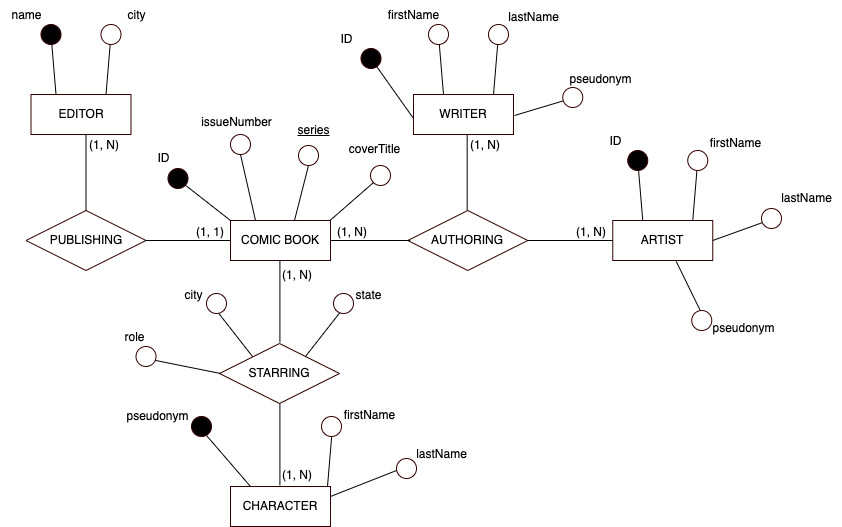
Earlier version of the draw.io export schema/e-r_final.png (malrau/da_dbA_project). Source tidied: cells renumbered, new cells last; positions are measured from the earlier drawing's top-left corner, leaving out a move shared by most shapes. Source of this version:
```xml
<mxGraphModel>
  <root>
    <mxCell id="0" />
    <mxCell id="1" parent="0" />
    <mxCell id="2" style="edgeStyle=none;rounded=0;jettySize=auto;html=1;exitX=0.75;exitY=0;exitDx=0;exitDy=0;startArrow=none;" parent="1" edge="1" source="8">
      <mxGeometry relative="1" as="geometry">
        <mxPoint x="110.5" y="34" as="targetPoint" />
      </mxGeometry>
    </mxCell>
    <mxCell id="3" style="edgeStyle=none;rounded=0;jettySize=auto;html=1;exitX=0.25;exitY=0;exitDx=0;exitDy=0;" parent="1" edge="1" source="4">
      <mxGeometry relative="1" as="geometry">
        <mxPoint x="50.5" y="34" as="targetPoint" />
      </mxGeometry>
    </mxCell>
    <mxCell id="4" value="EDITOR" style="whiteSpace=wrap;html=1;align=center;shadow=0;sketch=0;fillStyle=solid;strokeColor=#330000;strokeWidth=1;fillColor=#FFFFFF;" parent="1" vertex="1">
      <mxGeometry x="30.5" y="94" width="100" height="40" as="geometry" />
    </mxCell>
    <mxCell id="5" value="WRITER" style="whiteSpace=wrap;html=1;align=center;shadow=0;sketch=0;fillStyle=solid;strokeColor=#330000;strokeWidth=1;fillColor=#FFFFFF;" parent="1" vertex="1">
      <mxGeometry x="413" y="94" width="100" height="40" as="geometry" />
    </mxCell>
    <mxCell id="6" value="name" style="text;html=1;align=center;verticalAlign=middle;strokeColor=none;fillColor=none;" parent="1" vertex="1">
      <mxGeometry x="0.5" width="50" height="30" as="geometry" />
    </mxCell>
    <mxCell id="7" style="edgeStyle=none;rounded=0;jettySize=auto;html=1;exitX=0.75;exitY=0;exitDx=0;exitDy=0;endArrow=none;" parent="1" edge="1" source="4" target="8">
      <mxGeometry relative="1" as="geometry" />
    </mxCell>
    <mxCell id="8" style="ellipse;whiteSpace=wrap;html=1;fillColor=#FFFFFF;strokeColor=#330000;shadow=0;sketch=0;fillStyle=solid;strokeWidth=1;" parent="1" vertex="1">
      <mxGeometry x="100.5" y="24" width="20" height="20" as="geometry" />
    </mxCell>
    <mxCell id="9" style="ellipse;whiteSpace=wrap;html=1;fillColor=#000000;strokeColor=#330000;shadow=0;sketch=0;fillStyle=solid;strokeWidth=1;" parent="1" vertex="1">
      <mxGeometry x="40.5" y="24" width="20" height="20" as="geometry" />
    </mxCell>
    <mxCell id="10" value="city" style="text;html=1;align=center;verticalAlign=middle;strokeColor=none;fillColor=none;" parent="1" vertex="1">
      <mxGeometry x="115.5" width="40" height="30" as="geometry" />
    </mxCell>
    <mxCell id="11" style="edgeStyle=none;rounded=0;jettySize=auto;html=1;exitX=0.75;exitY=0;exitDx=0;exitDy=0;startArrow=none;" parent="1" edge="1" source="15">
      <mxGeometry relative="1" as="geometry">
        <mxPoint x="498" y="34" as="targetPoint" />
      </mxGeometry>
    </mxCell>
    <mxCell id="12" style="edgeStyle=none;rounded=0;orthogonalLoop=1;jettySize=auto;html=1;exitX=0.25;exitY=0;exitDx=0;exitDy=0;" parent="1" edge="1">
      <mxGeometry relative="1" as="geometry">
        <mxPoint x="443" y="94" as="sourcePoint" />
        <mxPoint x="438" y="34" as="targetPoint" />
      </mxGeometry>
    </mxCell>
    <mxCell id="13" value="firstName" style="text;html=1;align=center;verticalAlign=middle;strokeColor=none;fillColor=none;" parent="1" vertex="1">
      <mxGeometry x="378" width="70" height="30" as="geometry" />
    </mxCell>
    <mxCell id="14" style="edgeStyle=none;rounded=0;jettySize=auto;html=1;exitX=0.75;exitY=0;exitDx=0;exitDy=0;endArrow=none;" parent="1" edge="1" target="15">
      <mxGeometry relative="1" as="geometry">
        <mxPoint x="493" y="94" as="sourcePoint" />
      </mxGeometry>
    </mxCell>
    <mxCell id="15" style="ellipse;whiteSpace=wrap;html=1;fillColor=#FFFFFF;strokeColor=#330000;shadow=0;sketch=0;fillStyle=solid;strokeWidth=1;" parent="1" vertex="1">
      <mxGeometry x="488" y="24" width="20" height="20" as="geometry" />
    </mxCell>
    <mxCell id="16" style="ellipse;whiteSpace=wrap;html=1;fillColor=#FFFFFF;strokeColor=#330000;shadow=0;sketch=0;fillStyle=solid;strokeWidth=1;" parent="1" vertex="1">
      <mxGeometry x="428" y="24" width="20" height="20" as="geometry" />
    </mxCell>
    <mxCell id="17" value="lastName" style="text;html=1;align=center;verticalAlign=middle;strokeColor=none;fillColor=none;" parent="1" vertex="1">
      <mxGeometry x="498" y="2" width="70" height="30" as="geometry" />
    </mxCell>
    <mxCell id="18" value="PUBLISHING" style="shape=rhombus;perimeter=rhombusPerimeter;whiteSpace=wrap;html=1;align=center;shadow=0;sketch=0;fillStyle=solid;strokeColor=#330000;strokeWidth=1;fillColor=#FFFFFF;" parent="1" vertex="1">
      <mxGeometry x="25.5" y="210" width="120" height="60" as="geometry" />
    </mxCell>
    <mxCell id="19" style="endArrow=none;html=1;rounded=0;" parent="1" edge="1" target="18">
      <mxGeometry relative="1" as="geometry">
        <mxPoint x="85.5" y="134" as="sourcePoint" />
      </mxGeometry>
    </mxCell>
    <mxCell id="20" value="(1, N)" style="html=1;align=left;verticalAlign=bottom;shadow=0;sketch=0;fillStyle=solid;strokeColor=#330000;strokeWidth=1;fillColor=#FFFFFF;" parent="19" vertex="1">
      <mxGeometry x="-1" relative="1" as="geometry">
        <mxPoint x="1" y="19" as="offset" />
      </mxGeometry>
    </mxCell>
    <mxCell id="21" value="COMIC BOOK" style="whiteSpace=wrap;html=1;align=center;shadow=0;sketch=0;fillStyle=solid;strokeColor=#330000;strokeWidth=1;fillColor=#FFFFFF;" parent="1" vertex="1">
      <mxGeometry x="230" y="220" width="100" height="40" as="geometry" />
    </mxCell>
    <mxCell id="22" style="endArrow=none;html=1;rounded=0;" parent="1" edge="1">
      <mxGeometry relative="1" as="geometry">
        <mxPoint x="144.5" y="240" as="sourcePoint" />
        <mxPoint x="230" y="240" as="targetPoint" />
      </mxGeometry>
    </mxCell>
    <mxCell id="23" value="(1, 1)" style="html=1;align=left;verticalAlign=bottom;shadow=0;sketch=0;fillStyle=solid;strokeColor=#330000;strokeWidth=1;fillColor=#FFFFFF;" parent="22" vertex="1">
      <mxGeometry x="-1" relative="1" as="geometry">
        <mxPoint x="49" as="offset" />
      </mxGeometry>
    </mxCell>
    <mxCell id="24" value="ARTIST" style="whiteSpace=wrap;html=1;align=center;shadow=0;sketch=0;fillStyle=solid;strokeColor=#330000;strokeWidth=1;fillColor=#FFFFFF;" parent="1" vertex="1">
      <mxGeometry x="612.2" y="220" width="100" height="40" as="geometry" />
    </mxCell>
    <mxCell id="25" value="AUTHORING" style="shape=rhombus;perimeter=rhombusPerimeter;whiteSpace=wrap;html=1;align=center;shadow=0;sketch=0;fillStyle=solid;strokeColor=#330000;strokeWidth=1;fillColor=#FFFFFF;" parent="1" vertex="1">
      <mxGeometry x="407.2" y="210" width="120" height="60" as="geometry" />
    </mxCell>
    <mxCell id="26" style="endArrow=none;html=1;rounded=0;" parent="1" edge="1">
      <mxGeometry relative="1" as="geometry">
        <mxPoint x="329.8" y="240" as="sourcePoint" />
        <mxPoint x="409.8" y="240" as="targetPoint" />
      </mxGeometry>
    </mxCell>
    <mxCell id="27" value="(1, N)" style="html=1;align=left;verticalAlign=bottom;shadow=0;sketch=0;fillStyle=solid;strokeColor=#330000;strokeWidth=1;fillColor=#FFFFFF;" parent="26" vertex="1">
      <mxGeometry x="-1" relative="1" as="geometry">
        <mxPoint x="5" as="offset" />
      </mxGeometry>
    </mxCell>
    <mxCell id="28" style="endArrow=none;html=1;rounded=0;" parent="1" edge="1">
      <mxGeometry relative="1" as="geometry">
        <mxPoint x="526.8" y="240" as="sourcePoint" />
        <mxPoint x="612.2" y="240" as="targetPoint" />
      </mxGeometry>
    </mxCell>
    <mxCell id="29" value="(1, N)" style="html=1;align=left;verticalAlign=bottom;shadow=0;sketch=0;fillStyle=solid;strokeColor=#330000;strokeWidth=1;fillColor=#FFFFFF;" parent="28" vertex="1">
      <mxGeometry x="-1" relative="1" as="geometry">
        <mxPoint x="47" as="offset" />
      </mxGeometry>
    </mxCell>
    <mxCell id="30" style="edgeStyle=none;rounded=0;jettySize=auto;html=1;exitX=0.75;exitY=0;exitDx=0;exitDy=0;startArrow=none;" parent="1" edge="1" source="34">
      <mxGeometry relative="1" as="geometry">
        <mxPoint x="697.2" y="160" as="targetPoint" />
      </mxGeometry>
    </mxCell>
    <mxCell id="31" style="edgeStyle=none;rounded=0;orthogonalLoop=1;jettySize=auto;html=1;exitX=0.25;exitY=0;exitDx=0;exitDy=0;" parent="1" edge="1">
      <mxGeometry relative="1" as="geometry">
        <mxPoint x="642.2" y="220" as="sourcePoint" />
        <mxPoint x="637.2" y="160" as="targetPoint" />
      </mxGeometry>
    </mxCell>
    <mxCell id="32" value="ID" style="text;html=1;align=center;verticalAlign=middle;strokeColor=none;fillColor=none;" parent="1" vertex="1">
      <mxGeometry x="595.2" y="126" width="40" height="30" as="geometry" />
    </mxCell>
    <mxCell id="33" style="edgeStyle=none;rounded=0;jettySize=auto;html=1;exitX=0.75;exitY=0;exitDx=0;exitDy=0;endArrow=none;" parent="1" edge="1" target="34">
      <mxGeometry relative="1" as="geometry">
        <mxPoint x="692.2" y="220" as="sourcePoint" />
      </mxGeometry>
    </mxCell>
    <mxCell id="34" style="ellipse;whiteSpace=wrap;html=1;fillColor=#FFFFFF;strokeColor=#330000;shadow=0;sketch=0;fillStyle=solid;strokeWidth=1;" parent="1" vertex="1">
      <mxGeometry x="687.2" y="150" width="20" height="20" as="geometry" />
    </mxCell>
    <mxCell id="35" style="ellipse;whiteSpace=wrap;html=1;fillColor=#000000;strokeColor=#330000;shadow=0;sketch=0;fillStyle=solid;strokeWidth=1;" parent="1" vertex="1">
      <mxGeometry x="627.2" y="150" width="20" height="20" as="geometry" />
    </mxCell>
    <mxCell id="36" value="firstName" style="text;html=1;align=center;verticalAlign=middle;strokeColor=none;fillColor=none;" parent="1" vertex="1">
      <mxGeometry x="700.2" y="128" width="70" height="30" as="geometry" />
    </mxCell>
    <mxCell id="37" style="endArrow=none;html=1;rounded=0;" parent="1" edge="1">
      <mxGeometry relative="1" as="geometry">
        <mxPoint x="675.8" y="261" as="sourcePoint" />
        <mxPoint x="699.8" y="310" as="targetPoint" />
      </mxGeometry>
    </mxCell>
    <mxCell id="38" style="ellipse;whiteSpace=wrap;html=1;shadow=0;sketch=0;fillStyle=solid;strokeColor=#330000;strokeWidth=1;fillColor=#FFFFFF;" parent="1" vertex="1">
      <mxGeometry x="691.2" y="310" width="20" height="20" as="geometry" />
    </mxCell>
    <mxCell id="39" style="endArrow=none;html=1;rounded=0;" parent="1" edge="1">
      <mxGeometry relative="1" as="geometry">
        <mxPoint x="466.7" y="134" as="sourcePoint" />
        <mxPoint x="466.7" y="210" as="targetPoint" />
      </mxGeometry>
    </mxCell>
    <mxCell id="40" value="(1, N)" style="html=1;align=left;verticalAlign=bottom;shadow=0;sketch=0;fillStyle=solid;strokeColor=#330000;strokeWidth=1;fillColor=#FFFFFF;" parent="39" vertex="1">
      <mxGeometry x="-1" relative="1" as="geometry">
        <mxPoint x="1" y="19" as="offset" />
      </mxGeometry>
    </mxCell>
    <mxCell id="41" value="pseudonym" style="text;html=1;align=center;verticalAlign=middle;strokeColor=none;fillColor=none;" parent="1" vertex="1">
      <mxGeometry x="698.2" y="313" width="90" height="30" as="geometry" />
    </mxCell>
    <mxCell id="42" style="endArrow=none;html=1;rounded=0;" parent="1" edge="1">
      <mxGeometry relative="1" as="geometry">
        <mxPoint x="514" y="115" as="sourcePoint" />
        <mxPoint x="564" y="100" as="targetPoint" />
      </mxGeometry>
    </mxCell>
    <mxCell id="43" style="ellipse;whiteSpace=wrap;html=1;shadow=0;sketch=0;fillStyle=solid;strokeColor=#330000;strokeWidth=1;fillColor=#FFFFFF;flipV=1;" parent="1" vertex="1">
      <mxGeometry x="562.2" y="87" width="20" height="20" as="geometry" />
    </mxCell>
    <mxCell id="44" value="pseudonym" style="text;html=1;align=center;verticalAlign=middle;strokeColor=none;fillColor=none;flipV=1;" parent="1" vertex="1">
      <mxGeometry x="555.2" y="64" width="90" height="30" as="geometry" />
    </mxCell>
    <mxCell id="45" style="endArrow=none;html=1;rounded=0;" parent="1" edge="1">
      <mxGeometry relative="1" as="geometry">
        <mxPoint x="279.4" y="342" as="sourcePoint" />
        <mxPoint x="279.4" y="260" as="targetPoint" />
      </mxGeometry>
    </mxCell>
    <mxCell id="46" value="(1, N)" style="html=1;align=left;verticalAlign=bottom;shadow=0;sketch=0;fillStyle=solid;strokeColor=#330000;strokeWidth=1;fillColor=#FFFFFF;" parent="45" vertex="1">
      <mxGeometry x="-1" relative="1" as="geometry">
        <mxPoint x="1" y="-59" as="offset" />
      </mxGeometry>
    </mxCell>
    <mxCell id="47" value="STARRING" style="shape=rhombus;perimeter=rhombusPerimeter;whiteSpace=wrap;html=1;align=center;shadow=0;sketch=0;fillStyle=solid;strokeColor=#330000;strokeWidth=1;fillColor=#FFFFFF;" parent="1" vertex="1">
      <mxGeometry x="219" y="343" width="120" height="60" as="geometry" />
    </mxCell>
    <mxCell id="48" style="endArrow=none;html=1;rounded=0;" parent="1" edge="1">
      <mxGeometry relative="1" as="geometry">
        <mxPoint x="279.4" y="485" as="sourcePoint" />
        <mxPoint x="279.4" y="403" as="targetPoint" />
      </mxGeometry>
    </mxCell>
    <mxCell id="49" value="(1, N)" style="html=1;align=left;verticalAlign=bottom;shadow=0;sketch=0;fillStyle=solid;strokeColor=#330000;strokeWidth=1;fillColor=#FFFFFF;" parent="48" vertex="1">
      <mxGeometry x="-1" relative="1" as="geometry">
        <mxPoint x="1" y="-2" as="offset" />
      </mxGeometry>
    </mxCell>
    <mxCell id="50" value="CHARACTER" style="whiteSpace=wrap;html=1;align=center;shadow=0;sketch=0;fillStyle=solid;strokeColor=#330000;strokeWidth=1;fillColor=#FFFFFF;" parent="1" vertex="1">
      <mxGeometry x="230" y="486" width="100" height="40" as="geometry" />
    </mxCell>
    <mxCell id="51" value="firstName" style="text;html=1;align=center;verticalAlign=middle;strokeColor=none;fillColor=none;" parent="1" vertex="1">
      <mxGeometry x="333.5" y="400" width="70" height="30" as="geometry" />
    </mxCell>
    <mxCell id="52" style="edgeStyle=none;rounded=0;orthogonalLoop=1;jettySize=auto;html=1;exitX=0.75;exitY=0;exitDx=0;exitDy=0;endArrow=none;" parent="1" edge="1">
      <mxGeometry relative="1" as="geometry">
        <mxPoint x="327" y="486" as="sourcePoint" />
        <mxPoint x="331.2" y="436" as="targetPoint" />
      </mxGeometry>
    </mxCell>
    <mxCell id="53" style="ellipse;whiteSpace=wrap;html=1;fillColor=#FFFFFF;strokeColor=#330000;shadow=0;sketch=0;fillStyle=solid;strokeWidth=1;" parent="1" vertex="1">
      <mxGeometry x="396" y="458" width="20" height="20" as="geometry" />
    </mxCell>
    <mxCell id="54" style="ellipse;whiteSpace=wrap;html=1;fillColor=#FFFFFF;strokeColor=#330000;shadow=0;sketch=0;fillStyle=solid;strokeWidth=1;" parent="1" vertex="1">
      <mxGeometry x="321" y="416" width="20" height="20" as="geometry" />
    </mxCell>
    <mxCell id="55" value="lastName" style="text;html=1;align=center;verticalAlign=middle;strokeColor=none;fillColor=none;" parent="1" vertex="1">
      <mxGeometry x="406" y="439" width="70" height="30" as="geometry" />
    </mxCell>
    <mxCell id="56" style="edgeStyle=none;rounded=0;orthogonalLoop=1;jettySize=auto;html=1;exitX=0.75;exitY=0;exitDx=0;exitDy=0;endArrow=none;" parent="1" edge="1">
      <mxGeometry relative="1" as="geometry">
        <mxPoint x="330" y="496" as="sourcePoint" />
        <mxPoint x="396" y="470" as="targetPoint" />
      </mxGeometry>
    </mxCell>
    <mxCell id="57" style="endArrow=none;html=1;rounded=0;" parent="1" edge="1">
      <mxGeometry relative="1" as="geometry">
        <mxPoint x="250" y="486" as="sourcePoint" />
        <mxPoint x="206" y="435" as="targetPoint" />
      </mxGeometry>
    </mxCell>
    <mxCell id="58" style="ellipse;whiteSpace=wrap;html=1;fillColor=#000000;strokeColor=#330000;shadow=0;sketch=0;fillStyle=solid;strokeWidth=1;" parent="1" vertex="1">
      <mxGeometry x="191" y="416" width="20" height="20" as="geometry" />
    </mxCell>
    <mxCell id="59" value="pseudonym" style="text;html=1;align=center;verticalAlign=middle;strokeColor=none;fillColor=none;flipV=1;" parent="1" vertex="1">
      <mxGeometry x="112" y="401" width="90" height="30" as="geometry" />
    </mxCell>
    <mxCell id="60" style="endArrow=none;html=1;rounded=0;" parent="1" edge="1">
      <mxGeometry relative="1" as="geometry">
        <mxPoint x="252" y="356" as="sourcePoint" />
        <mxPoint x="216" y="310" as="targetPoint" />
      </mxGeometry>
    </mxCell>
    <mxCell id="61" style="endArrow=none;html=1;rounded=0;" parent="1" edge="1">
      <mxGeometry relative="1" as="geometry">
        <mxPoint x="341" y="310" as="sourcePoint" />
        <mxPoint x="305" y="356" as="targetPoint" />
      </mxGeometry>
    </mxCell>
    <mxCell id="62" style="ellipse;whiteSpace=wrap;html=1;fillColor=#FFFFFF;strokeColor=#330000;shadow=0;sketch=0;fillStyle=solid;strokeWidth=1;" parent="1" vertex="1">
      <mxGeometry x="333" y="293" width="20" height="20" as="geometry" />
    </mxCell>
    <mxCell id="63" style="ellipse;whiteSpace=wrap;html=1;fillColor=#FFFFFF;strokeColor=#330000;shadow=0;sketch=0;fillStyle=solid;strokeWidth=1;" parent="1" vertex="1">
      <mxGeometry x="206" y="293" width="20" height="20" as="geometry" />
    </mxCell>
    <mxCell id="64" value="city" style="text;html=1;align=center;verticalAlign=middle;strokeColor=none;fillColor=none;" parent="1" vertex="1">
      <mxGeometry x="172.5" y="280" width="40" height="30" as="geometry" />
    </mxCell>
    <mxCell id="65" value="state" style="text;html=1;align=center;verticalAlign=middle;strokeColor=none;fillColor=none;" parent="1" vertex="1">
      <mxGeometry x="342.5" y="280" width="50" height="30" as="geometry" />
    </mxCell>
    <mxCell id="66" style="endArrow=none;html=1;rounded=0;entryX=1;entryY=0.5;entryDx=0;entryDy=0;" parent="1" edge="1" target="67">
      <mxGeometry relative="1" as="geometry">
        <mxPoint x="220" y="373" as="sourcePoint" />
      </mxGeometry>
    </mxCell>
    <mxCell id="67" style="ellipse;whiteSpace=wrap;html=1;fillColor=#FFFFFF;strokeColor=#330000;shadow=0;sketch=0;fillStyle=solid;strokeWidth=1;flipV=1;flipH=0;direction=west;" parent="1" vertex="1">
      <mxGeometry x="135.5" y="346" width="20" height="20" as="geometry" />
    </mxCell>
    <mxCell id="68" value="role" style="text;html=1;align=center;verticalAlign=middle;strokeColor=none;fillColor=none;flipV=1;" parent="1" vertex="1">
      <mxGeometry x="114" y="322" width="40" height="30" as="geometry" />
    </mxCell>
    <mxCell id="69" style="endArrow=none;html=1;rounded=0;exitX=0;exitY=1;exitDx=0;exitDy=0;" parent="1" edge="1" source="70">
      <mxGeometry relative="1" as="geometry">
        <mxPoint x="329.5" y="220" as="targetPoint" />
      </mxGeometry>
    </mxCell>
    <mxCell id="70" style="ellipse;whiteSpace=wrap;html=1;shadow=0;sketch=0;fillStyle=solid;strokeColor=#330000;strokeWidth=1;fillColor=#FFFFFF;" parent="1" vertex="1">
      <mxGeometry x="370" y="165" width="20" height="20" as="geometry" />
    </mxCell>
    <mxCell id="71" style="endArrow=none;html=1;rounded=0;exitX=0.5;exitY=1;exitDx=0;exitDy=0;entryX=0.25;entryY=0;entryDx=0;entryDy=0;" parent="1" edge="1" source="72" target="21">
      <mxGeometry relative="1" as="geometry" />
    </mxCell>
    <mxCell id="72" style="ellipse;whiteSpace=wrap;html=1;shadow=0;sketch=0;fillStyle=solid;strokeColor=#330000;strokeWidth=1;fillColor=#FFFFFF;flipV=0;flipH=1;perimeterSpacing=0;" parent="1" vertex="1">
      <mxGeometry x="230" y="134" width="20" height="20" as="geometry" />
    </mxCell>
    <mxCell id="73" value="issueNumber" style="text;html=1;align=center;verticalAlign=middle;strokeColor=none;fillColor=none;flipV=0;flipH=1;" parent="1" vertex="1">
      <mxGeometry x="191" y="107" width="90" height="30" as="geometry" />
    </mxCell>
    <mxCell id="74" style="endArrow=none;html=1;rounded=0;exitX=0.5;exitY=1;exitDx=0;exitDy=0;" parent="1" edge="1" source="75">
      <mxGeometry relative="1" as="geometry">
        <mxPoint x="294" y="220" as="targetPoint" />
      </mxGeometry>
    </mxCell>
    <mxCell id="75" style="ellipse;whiteSpace=wrap;html=1;shadow=0;sketch=0;fillStyle=solid;strokeColor=#330000;strokeWidth=1;fillColor=#FFFFFF;" parent="1" vertex="1">
      <mxGeometry x="298" y="145" width="20" height="20" as="geometry" />
    </mxCell>
    <mxCell id="76" value="&lt;u&gt;series&lt;/u&gt;" style="text;html=1;align=center;verticalAlign=middle;strokeColor=none;fillColor=none;" parent="1" vertex="1">
      <mxGeometry x="282.5" y="115" width="60" height="30" as="geometry" />
    </mxCell>
    <mxCell id="77" value="coverTitle" style="text;html=1;align=center;verticalAlign=middle;strokeColor=none;fillColor=none;" parent="1" vertex="1">
      <mxGeometry x="334" y="134" width="80" height="30" as="geometry" />
    </mxCell>
    <mxCell id="78" style="edgeStyle=none;rounded=0;orthogonalLoop=1;jettySize=auto;html=1;exitX=0;exitY=0.25;exitDx=0;exitDy=0;" parent="1" edge="1">
      <mxGeometry relative="1" as="geometry">
        <mxPoint x="413" y="118" as="sourcePoint" />
        <mxPoint x="370.5" y="58" as="targetPoint" />
      </mxGeometry>
    </mxCell>
    <mxCell id="79" value="ID" style="text;html=1;align=center;verticalAlign=middle;strokeColor=none;fillColor=none;" parent="1" vertex="1">
      <mxGeometry x="325.5" y="24" width="40" height="30" as="geometry" />
    </mxCell>
    <mxCell id="80" style="ellipse;whiteSpace=wrap;html=1;fillColor=#000000;strokeColor=#330000;shadow=0;sketch=0;fillStyle=solid;strokeWidth=1;" parent="1" vertex="1">
      <mxGeometry x="360.5" y="48" width="20" height="20" as="geometry" />
    </mxCell>
    <mxCell id="81" style="edgeStyle=none;rounded=0;jettySize=auto;html=1;exitX=1;exitY=0.5;exitDx=0;exitDy=0;entryX=0;entryY=1;entryDx=0;entryDy=0;" parent="1" edge="1" source="24">
      <mxGeometry relative="1" as="geometry">
        <mxPoint x="775.9" y="217.1" as="targetPoint" />
      </mxGeometry>
    </mxCell>
    <mxCell id="82" value="lastName" style="text;html=1;align=center;verticalAlign=middle;strokeColor=none;fillColor=none;" parent="1" vertex="1">
      <mxGeometry x="771" y="183" width="70" height="30" as="geometry" />
    </mxCell>
    <mxCell id="83" style="ellipse;whiteSpace=wrap;html=1;fillColor=#FFFFFF;strokeColor=#330000;shadow=0;sketch=0;fillStyle=solid;strokeWidth=1;" parent="1" vertex="1">
      <mxGeometry x="761" y="208" width="20" height="20" as="geometry" />
    </mxCell>
    <mxCell id="84" style="edgeStyle=none;rounded=0;jettySize=auto;html=1;exitX=0;exitY=0;exitDx=0;exitDy=0;entryX=1;entryY=1;entryDx=0;entryDy=0;" parent="1" edge="1" source="21">
      <mxGeometry relative="1" as="geometry">
        <mxPoint x="172.6" y="175.1" as="targetPoint" />
      </mxGeometry>
    </mxCell>
    <mxCell id="85" value="ID" style="text;html=1;align=center;verticalAlign=middle;strokeColor=none;fillColor=none;" parent="1" vertex="1">
      <mxGeometry x="142.5" y="143" width="40" height="30" as="geometry" />
    </mxCell>
    <mxCell id="86" style="ellipse;whiteSpace=wrap;html=1;fillColor=#000000;strokeColor=#330000;shadow=0;sketch=0;fillStyle=solid;strokeWidth=1;" parent="1" vertex="1">
      <mxGeometry x="167.5" y="168" width="20" height="20" as="geometry" />
    </mxCell>
  </root>
</mxGraphModel>
```
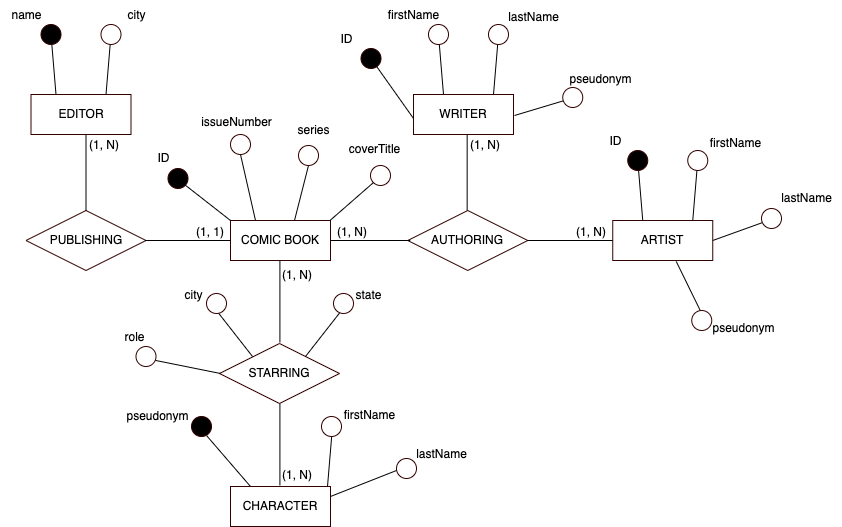
After the commit.

Commit message:
Drop changes in schema from commit dc55ea3: series attribute cannot be unique

The edit, as a diff of the source:
```diff
@@ -303,7 +303,7 @@
     <mxCell id="75" style="ellipse;whiteSpace=wrap;html=1;shadow=0;sketch=0;fillStyle=solid;strokeColor=#330000;strokeWidth=1;fillColor=#FFFFFF;" parent="1" vertex="1">
       <mxGeometry x="298" y="145" width="20" height="20" as="geometry" />
     </mxCell>
-    <mxCell id="76" value="&lt;u&gt;series&lt;/u&gt;" style="text;html=1;align=center;verticalAlign=middle;strokeColor=none;fillColor=none;" parent="1" vertex="1">
+    <mxCell id="76" value="series" style="text;html=1;align=center;verticalAlign=middle;strokeColor=none;fillColor=none;" parent="1" vertex="1">
       <mxGeometry x="282.5" y="115" width="60" height="30" as="geometry" />
     </mxCell>
     <mxCell id="77" value="coverTitle" style="text;html=1;align=center;verticalAlign=middle;strokeColor=none;fillColor=none;" parent="1" vertex="1">
```
